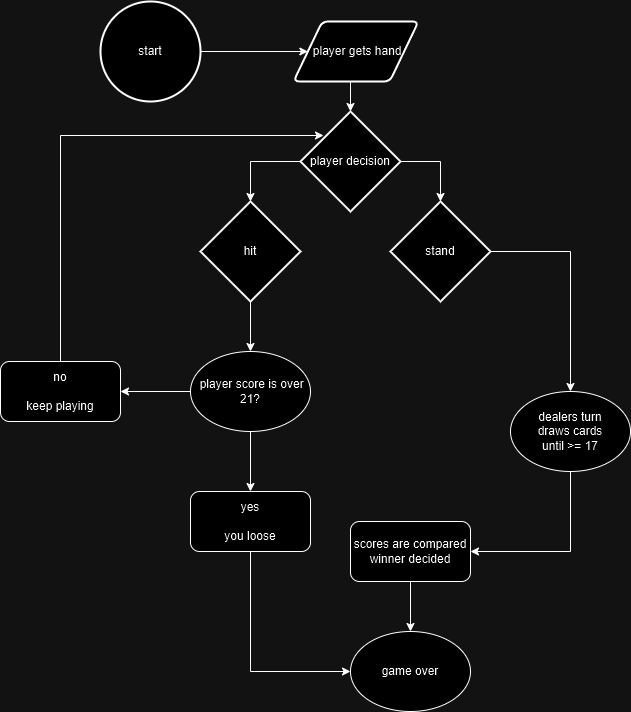
Above: assets/images/twentyoneflow.png in CCenjoyer/mvc (draw.io), before the change. Source tidied: cells renumbered, new cells last; positions are measured from the earlier drawing's top-left corner, leaving out a move shared by most shapes.
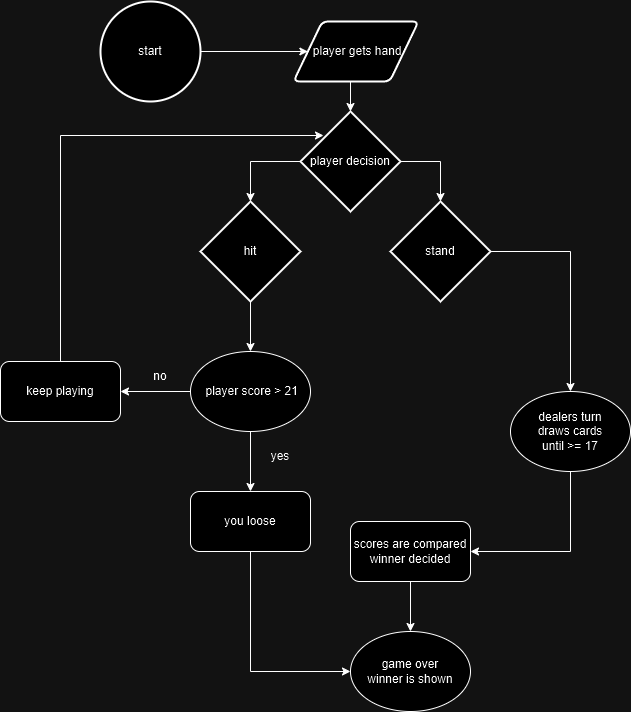
Later version of the same file.

Commit message:
Altered uml image

Diff of the diagram source:
```diff
@@ -14,7 +14,7 @@
     <mxCell id="5" value="stand" style="strokeWidth=2;html=1;shape=mxgraph.flowchart.decision;whiteSpace=wrap;" parent="1" vertex="1">
       <mxGeometry x="390" y="200" width="100" height="100" as="geometry" />
     </mxCell>
-    <mxCell id="6" value="game over" style="ellipse;whiteSpace=wrap;html=1;" parent="1" vertex="1">
+    <mxCell id="6" value="game over&lt;div&gt;winner is shown&lt;/div&gt;" style="ellipse;whiteSpace=wrap;html=1;" parent="1" vertex="1">
       <mxGeometry x="350" y="630" width="120" height="80" as="geometry" />
     </mxCell>
     <mxCell id="7" style="edgeStyle=orthogonalEdgeStyle;rounded=0;jettySize=auto;html=1;exitX=0.5;exitY=1;exitDx=0;exitDy=0;entryX=1;entryY=0.5;entryDx=0;entryDy=0;" parent="1" edge="1" source="8" target="17">
@@ -56,16 +56,16 @@
     <mxCell id="19" style="edgeStyle=orthogonalEdgeStyle;rounded=0;jettySize=auto;html=1;exitX=0;exitY=0.5;exitDx=0;exitDy=0;entryX=1;entryY=0.5;entryDx=0;entryDy=0;" parent="1" edge="1" source="20" target="23">
       <mxGeometry relative="1" as="geometry" />
     </mxCell>
-    <mxCell id="20" value="&amp;nbsp;player score is over 21?" style="ellipse;whiteSpace=wrap;html=1;" parent="1" vertex="1">
+    <mxCell id="20" value="&amp;nbsp;player score &amp;gt; 21" style="ellipse;whiteSpace=wrap;html=1;" parent="1" vertex="1">
       <mxGeometry x="190" y="350" width="120" height="80" as="geometry" />
     </mxCell>
     <mxCell id="21" style="edgeStyle=orthogonalEdgeStyle;rounded=0;jettySize=auto;html=1;exitX=0.5;exitY=1;exitDx=0;exitDy=0;entryX=0;entryY=0.5;entryDx=0;entryDy=0;" parent="1" edge="1" source="22" target="6">
       <mxGeometry relative="1" as="geometry" />
     </mxCell>
-    <mxCell id="22" value="yes&lt;br&gt;&lt;br&gt;you loose" style="rounded=1;whiteSpace=wrap;html=1;" parent="1" vertex="1">
+    <mxCell id="22" value="you loose" style="rounded=1;whiteSpace=wrap;html=1;" parent="1" vertex="1">
       <mxGeometry x="190" y="490" width="120" height="60" as="geometry" />
     </mxCell>
-    <mxCell id="23" value="no&lt;div&gt;&lt;br&gt;&lt;/div&gt;&lt;div&gt;keep playing&lt;/div&gt;" style="rounded=1;whiteSpace=wrap;html=1;" parent="1" vertex="1">
+    <mxCell id="23" value="&lt;div&gt;keep playing&lt;/div&gt;" style="rounded=1;whiteSpace=wrap;html=1;" parent="1" vertex="1">
       <mxGeometry y="360" width="120" height="60" as="geometry" />
     </mxCell>
     <mxCell id="24" style="edgeStyle=orthogonalEdgeStyle;rounded=0;jettySize=auto;html=1;exitX=0.5;exitY=0;exitDx=0;exitDy=0;entryX=0.23;entryY=0.24;entryDx=0;entryDy=0;entryPerimeter=0;" parent="1" edge="1" source="23" target="12">
@@ -75,5 +75,11 @@
         </Array>
       </mxGeometry>
     </mxCell>
+    <mxCell id="25" value="no" style="text;html=1;align=center;verticalAlign=middle;whiteSpace=wrap;rounded=0;" parent="1" vertex="1">
+      <mxGeometry x="130" y="360" width="60" height="30" as="geometry" />
+    </mxCell>
+    <mxCell id="26" value="yes" style="text;html=1;align=center;verticalAlign=middle;whiteSpace=wrap;rounded=0;" parent="1" vertex="1">
+      <mxGeometry x="250" y="440" width="60" height="30" as="geometry" />
+    </mxCell>
   </root>
 </mxGraphModel>
```
